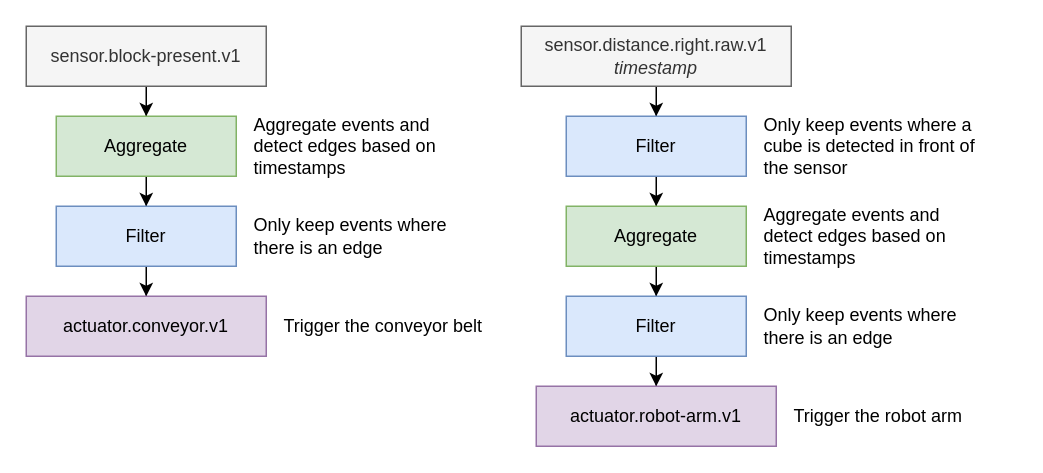
The draw.io diagram page "MoveBlockTopology" (3 of 6) of doc/images/graphs/kafka-streaming-topology.drawio in ielpo/edpo-project-group1, before the edit. Source tidied: cells renumbered, new cells numbered last; positions are measured from the earlier drawing's top-left corner, leaving out a move shared by most shapes. Both pictures are drawn from the tidied source at 150%, with x=0, y=0 at pixel (26, 26).
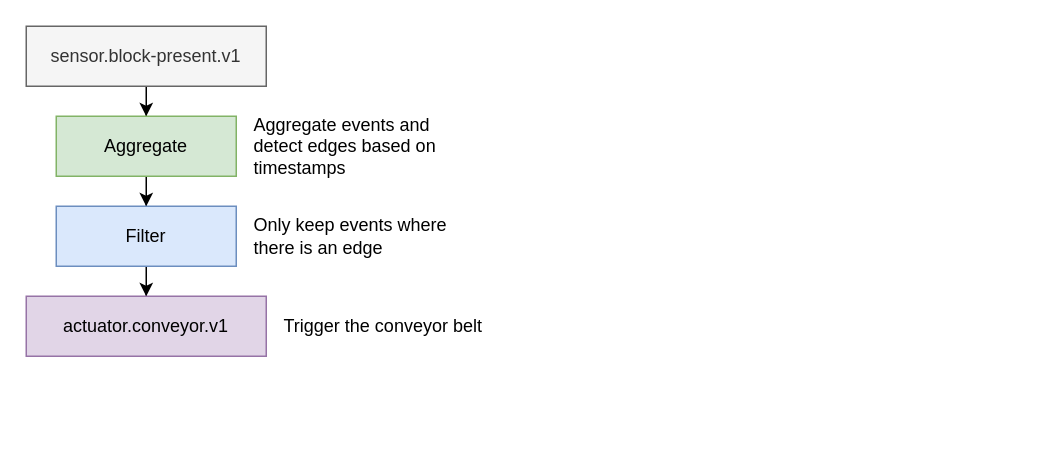
After the change.

The edit, as a diff of the source:
```diff
@@
-    <mxCell id="8" style="edgeStyle=orthogonalEdgeStyle;rounded=0;jettySize=auto;html=1;" parent="1" edge="1" source="9" target="11">
-      <mxGeometry relative="1" as="geometry" />
-    </mxCell>
-    <mxCell id="9" value="sensor.distance.right.raw.v1&lt;br&gt;&lt;i&gt;timestamp&lt;/i&gt;" style="whiteSpace=wrap;html=1;fillColor=#f5f5f5;fontColor=#333333;strokeColor=#666666;" parent="1" vertex="1">
-      <mxGeometry x="330" width="180" height="40" as="geometry" />
-    </mxCell>
-    <mxCell id="10" style="edgeStyle=orthogonalEdgeStyle;rounded=0;jettySize=auto;html=1;entryX=0.5;entryY=0;entryDx=0;entryDy=0;" parent="1" edge="1" source="11" target="18">
-      <mxGeometry relative="1" as="geometry" />
-    </mxCell>
-    <mxCell id="11" value="Filter" style="whiteSpace=wrap;html=1;fillColor=#dae8fc;strokeColor=#6c8ebf;" parent="1" vertex="1">
-      <mxGeometry x="360" y="60" width="120" height="40" as="geometry" />
-    </mxCell>
@@
-    <mxCell id="16" value="Only keep events where a cube is detected in front of the sensor" style="text;html=1;whiteSpace=wrap;strokeColor=none;fillColor=none;align=left;verticalAlign=middle;rounded=0;" parent="1" vertex="1">
-      <mxGeometry x="490" y="60" width="150" height="40" as="geometry" />
-    </mxCell>
-    <mxCell id="17" style="edgeStyle=orthogonalEdgeStyle;rounded=0;jettySize=auto;html=1;entryX=0.5;entryY=0;entryDx=0;entryDy=0;" parent="1" edge="1" source="18" target="22">
-      <mxGeometry relative="1" as="geometry" />
-    </mxCell>
-    <mxCell id="18" value="Aggregate" style="whiteSpace=wrap;html=1;fillColor=#d5e8d4;strokeColor=#82b366;" parent="1" vertex="1">
-      <mxGeometry x="360" y="120" width="120" height="40" as="geometry" />
-    </mxCell>
-    <mxCell id="19" value="Aggregate events and detect edges based on timestamps" style="text;html=1;whiteSpace=wrap;strokeColor=none;fillColor=none;align=left;verticalAlign=middle;rounded=0;" parent="1" vertex="1">
-      <mxGeometry x="490" y="120" width="150" height="40" as="geometry" />
-    </mxCell>
-    <mxCell id="20" value="Only keep events where there is an edge" style="text;html=1;whiteSpace=wrap;strokeColor=none;fillColor=none;align=left;verticalAlign=middle;rounded=0;" parent="1" vertex="1">
-      <mxGeometry x="490" y="180" width="150" height="40" as="geometry" />
-    </mxCell>
-    <mxCell id="21" style="edgeStyle=orthogonalEdgeStyle;rounded=0;jettySize=auto;html=1;" parent="1" edge="1" source="22" target="23">
-      <mxGeometry relative="1" as="geometry" />
-    </mxCell>
-    <mxCell id="22" value="Filter" style="whiteSpace=wrap;html=1;fillColor=#dae8fc;strokeColor=#6c8ebf;" parent="1" vertex="1">
-      <mxGeometry x="360" y="180" width="120" height="40" as="geometry" />
-    </mxCell>
-    <mxCell id="23" value="actuator.robot-arm.v1" style="whiteSpace=wrap;html=1;fillColor=#e1d5e7;strokeColor=#9673a6;" parent="1" vertex="1">
-      <mxGeometry x="340" y="240" width="160" height="40" as="geometry" />
-    </mxCell>
-    <mxCell id="24" value="Trigger the robot arm" style="text;html=1;whiteSpace=wrap;strokeColor=none;fillColor=none;align=left;verticalAlign=middle;rounded=0;" parent="1" vertex="1">
-      <mxGeometry x="510" y="240" width="150" height="40" as="geometry" />
-    </mxCell>
```
